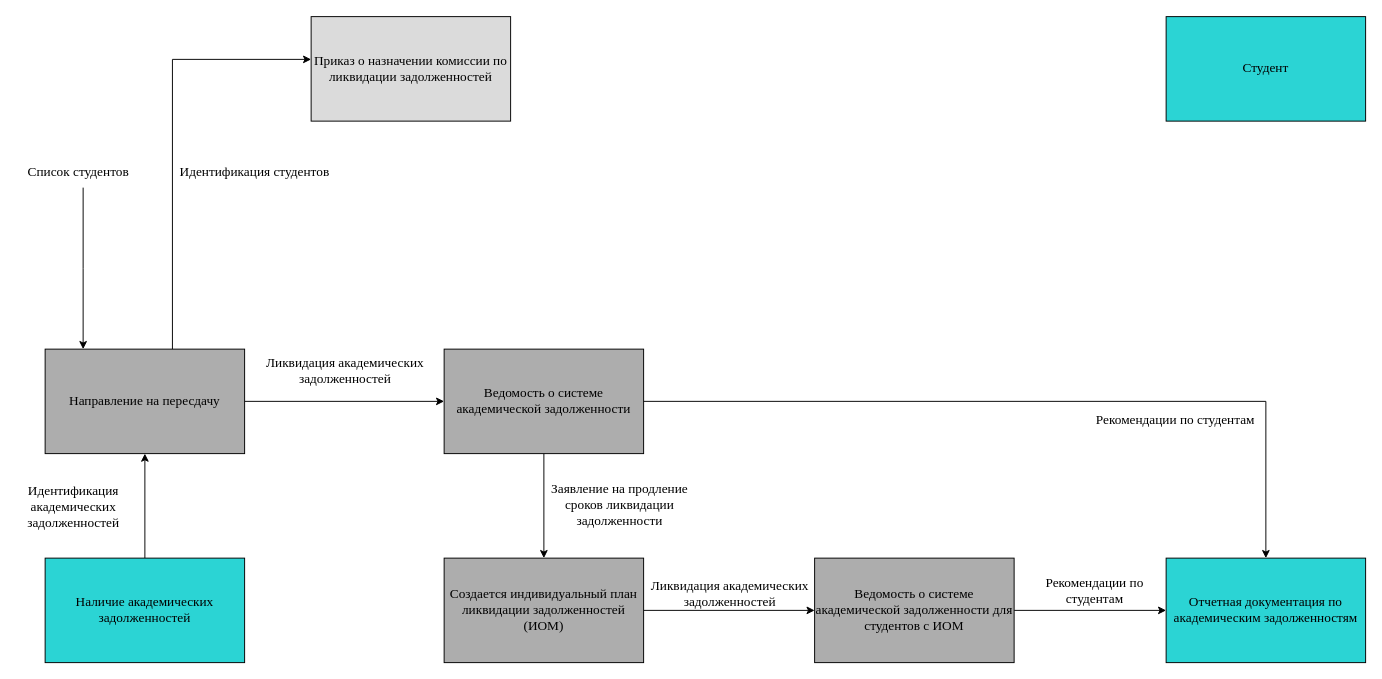
Earlier version of the draw.io diagram VKR/ВКР_Нотация_Гейна_Сарсона_DFD.drawio (DLordxxx/Practice). Source tidied: cells renumbered, new cells numbered last; positions are measured from the earlier drawing's top-left corner, leaving out a move shared by most shapes. Both pictures are drawn from the tidied source at 95%, with x=0, y=0 at pixel (16, 16).
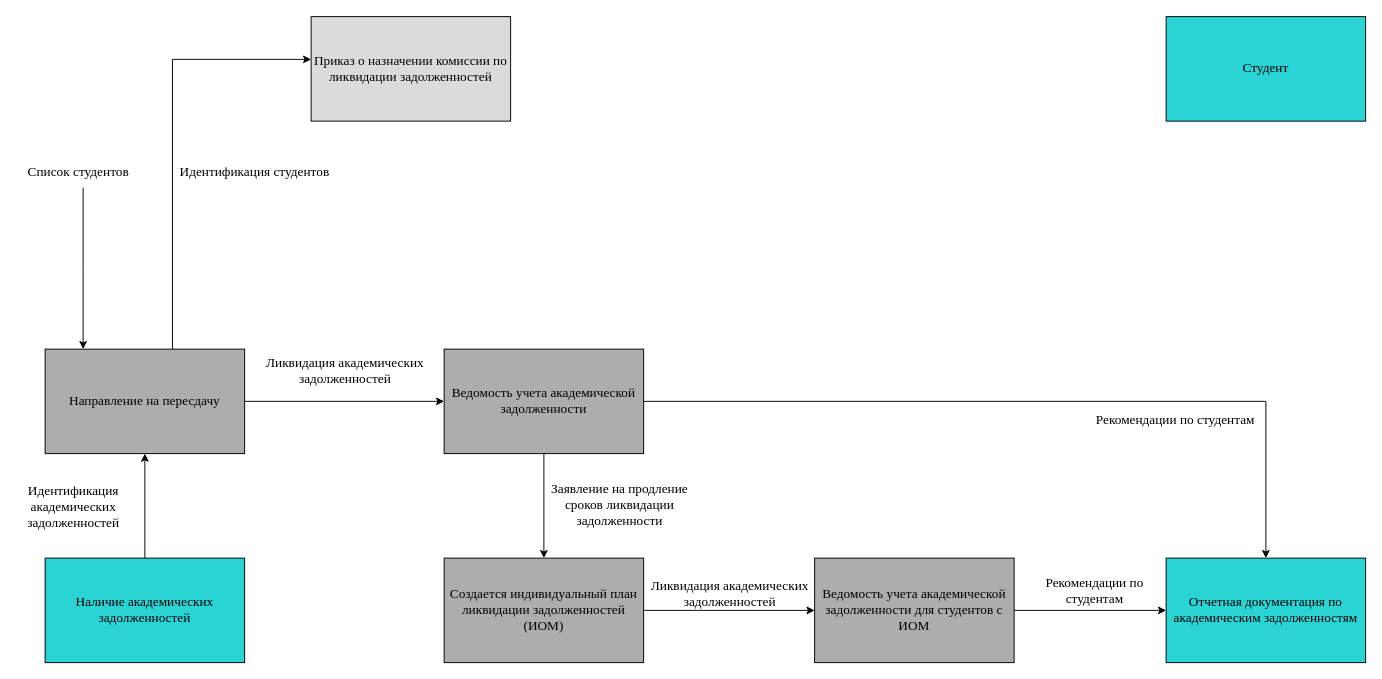
The same diagram, later.

Diff of the diagram source:
```diff
@@
-    <mxCell id="6" value="&lt;span style=&quot;font-family: &amp;quot;Times New Roman&amp;quot;; font-size: 14px;&quot;&gt;Ведомость о системе академической задолженности&lt;/span&gt;" style="rounded=0;whiteSpace=wrap;html=1;fillColor=light-dark(#ADADAD,var(--ge-dark-color, #121212));" parent="1" vertex="1">
+    <mxCell id="6" value="&lt;span style=&quot;font-family: &amp;quot;Times New Roman&amp;quot;; font-size: 14px;&quot;&gt;Ведомость учета академической задолженности&lt;/span&gt;" style="rounded=0;whiteSpace=wrap;html=1;fillColor=light-dark(#ADADAD,var(--ge-dark-color, #121212));" parent="1" vertex="1">
       <mxGeometry x="450" y="350" width="210" height="110" as="geometry" />
     </mxCell>
@@
-    <mxCell id="23" value="&lt;font face=&quot;Times New Roman&quot;&gt;&lt;span style=&quot;font-size: 14px;&quot;&gt;Ведомость о системе академической задолженности для студентов с ИОМ&lt;/span&gt;&lt;/font&gt;" style="rounded=0;whiteSpace=wrap;html=1;fillColor=light-dark(#ADADAD,var(--ge-dark-color, #121212));" parent="1" vertex="1">
+    <mxCell id="23" value="&lt;font face=&quot;Times New Roman&quot;&gt;&lt;span style=&quot;font-size: 14px;&quot;&gt;Ведомость учета академической задолженности для студентов с ИОМ&lt;/span&gt;&lt;/font&gt;" style="rounded=0;whiteSpace=wrap;html=1;fillColor=light-dark(#ADADAD,var(--ge-dark-color, #121212));" parent="1" vertex="1">
       <mxGeometry x="840" y="570" width="210" height="110" as="geometry" />
     </mxCell>
```
